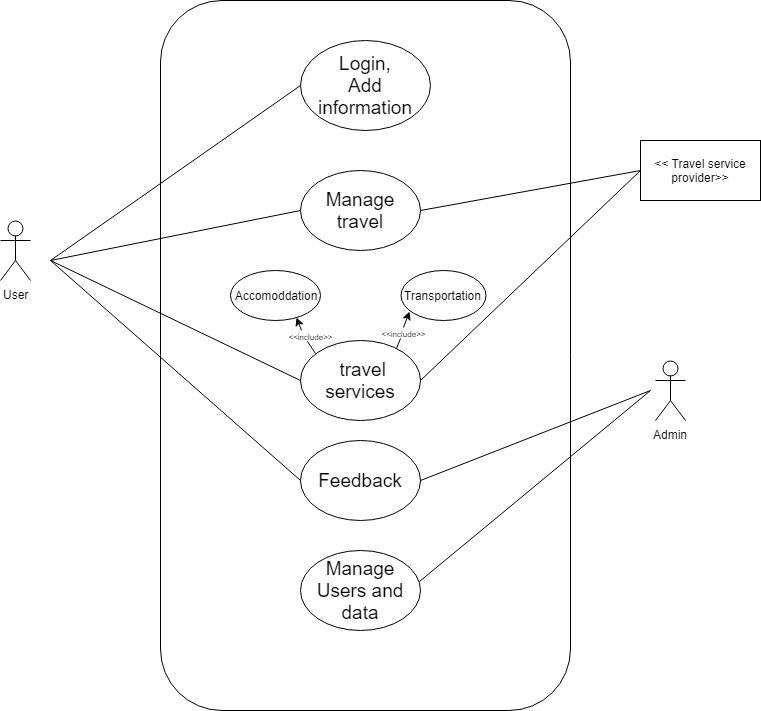
Earlier version of the draw.io export UseCase.png (group-c/sw-project). Source tidied: cells renumbered, new cells last; positions are measured from the earlier drawing's top-left corner, leaving out a move shared by most shapes. Source of this version:
```xml
<mxGraphModel>
  <root>
    <mxCell id="0" />
    <mxCell id="1" parent="0" />
    <mxCell id="2" value="User&lt;br&gt;&lt;br&gt;" style="shape=umlActor;verticalLabelPosition=bottom;labelBackgroundColor=#ffffff;verticalAlign=top;html=1;" parent="1" vertex="1">
      <mxGeometry y="220" width="30" height="60" as="geometry" />
    </mxCell>
    <mxCell id="3" style="rounded=1;whiteSpace=wrap;html=1;" parent="1" vertex="1">
      <mxGeometry x="160" width="410" height="710" as="geometry" />
    </mxCell>
    <mxCell id="4" value="&lt;font style=&quot;font-size: 19px&quot;&gt;Login,&lt;br&gt;Add information&lt;br&gt;&lt;/font&gt;" style="ellipse;whiteSpace=wrap;html=1;" parent="1" vertex="1">
      <mxGeometry x="300" y="40" width="130" height="90" as="geometry" />
    </mxCell>
    <mxCell id="5" value="&lt;p&gt;&lt;font style=&quot;font-size: 19px&quot;&gt;Manage travel&lt;/font&gt;&lt;/p&gt;" style="ellipse;whiteSpace=wrap;html=1;" parent="1" vertex="1">
      <mxGeometry x="300" y="170" width="120" height="80" as="geometry" />
    </mxCell>
    <mxCell id="6" value="&lt;font style=&quot;font-size: 19px&quot;&gt;&amp;nbsp;travel services&lt;/font&gt;&lt;br&gt;" style="ellipse;whiteSpace=wrap;html=1;" parent="1" vertex="1">
      <mxGeometry x="300" y="340" width="120" height="80" as="geometry" />
    </mxCell>
    <mxCell id="7" style="endArrow=none;html=1;entryX=0;entryY=0.5;entryDx=0;entryDy=0;" parent="1" edge="1" target="4">
      <mxGeometry relative="1" as="geometry">
        <mxPoint x="50" y="260" as="sourcePoint" />
      </mxGeometry>
    </mxCell>
    <mxCell id="8" style="endArrow=none;html=1;exitX=0;exitY=0.5;exitDx=0;exitDy=0;" parent="1" edge="1" source="5">
      <mxGeometry relative="1" as="geometry">
        <mxPoint x="50" y="260" as="targetPoint" />
      </mxGeometry>
    </mxCell>
    <mxCell id="9" style="endArrow=none;html=1;exitX=0;exitY=0.5;exitDx=0;exitDy=0;" parent="1" edge="1" source="6">
      <mxGeometry relative="1" as="geometry">
        <mxPoint x="50" y="260" as="targetPoint" />
      </mxGeometry>
    </mxCell>
    <mxCell id="10" value="Admin&lt;br&gt;&lt;br&gt;" style="shape=umlActor;verticalLabelPosition=bottom;labelBackgroundColor=#ffffff;verticalAlign=top;html=1;" parent="1" vertex="1">
      <mxGeometry x="655" y="360" width="30" height="60" as="geometry" />
    </mxCell>
    <mxCell id="11" value="&lt;font style=&quot;font-size: 19px&quot;&gt;Feedback&lt;/font&gt;" style="ellipse;whiteSpace=wrap;html=1;" parent="1" vertex="1">
      <mxGeometry x="300" y="440" width="120" height="80" as="geometry" />
    </mxCell>
    <mxCell id="12" value="&amp;lt;&amp;lt; Travel service provider&amp;gt;&amp;gt;" style="rounded=0;whiteSpace=wrap;html=1;" parent="1" vertex="1">
      <mxGeometry x="640" y="140" width="120" height="60" as="geometry" />
    </mxCell>
    <mxCell id="13" style="endArrow=none;html=1;entryX=0;entryY=0.5;entryDx=0;entryDy=0;exitX=1;exitY=0.5;exitDx=0;exitDy=0;" parent="1" edge="1" source="5" target="12">
      <mxGeometry relative="1" as="geometry" />
    </mxCell>
    <mxCell id="14" value="Accomoddation" style="ellipse;whiteSpace=wrap;html=1;" parent="1" vertex="1">
      <mxGeometry x="230" y="270" width="90" height="50" as="geometry" />
    </mxCell>
    <mxCell id="15" value="Transportation" style="ellipse;whiteSpace=wrap;html=1;" parent="1" vertex="1">
      <mxGeometry x="400" y="270" width="85" height="50" as="geometry" />
    </mxCell>
    <mxCell id="16" style="endArrow=none;html=1;entryX=0;entryY=0.5;entryDx=0;entryDy=0;exitX=1;exitY=0.5;exitDx=0;exitDy=0;" parent="1" edge="1" source="6" target="12">
      <mxGeometry relative="1" as="geometry" />
    </mxCell>
    <mxCell id="17" style="endArrow=none;html=1;exitX=0;exitY=0.5;exitDx=0;exitDy=0;" parent="1" edge="1" source="11">
      <mxGeometry relative="1" as="geometry">
        <mxPoint x="50" y="260" as="targetPoint" />
      </mxGeometry>
    </mxCell>
    <mxCell id="18" style="endArrow=none;html=1;exitX=1;exitY=0.5;exitDx=0;exitDy=0;" parent="1" edge="1" source="11">
      <mxGeometry relative="1" as="geometry">
        <mxPoint x="650" y="390" as="targetPoint" />
      </mxGeometry>
    </mxCell>
    <mxCell id="19" value="&lt;font style=&quot;font-size: 8px&quot;&gt;&amp;lt;&amp;lt;include&amp;gt;&amp;gt;&lt;/font&gt;" style="text;html=1;strokeColor=none;fillColor=none;align=center;verticalAlign=middle;whiteSpace=wrap;rounded=0;" parent="1" vertex="1">
      <mxGeometry x="290" y="330" width="40" height="10" as="geometry" />
    </mxCell>
    <mxCell id="20" style="endArrow=none;html=1;entryX=0.431;entryY=1.118;entryDx=0;entryDy=0;entryPerimeter=0;exitX=0.122;exitY=0.161;exitDx=0;exitDy=0;exitPerimeter=0;" parent="1" edge="1" source="6" target="19">
      <mxGeometry relative="1" as="geometry" />
    </mxCell>
    <mxCell id="21" style="endArrow=classic;html=1;entryX=0.729;entryY=0.941;entryDx=0;entryDy=0;entryPerimeter=0;exitX=0.276;exitY=-0.046;exitDx=0;exitDy=0;exitPerimeter=0;" parent="1" edge="1" source="19" target="14">
      <mxGeometry relative="1" as="geometry" />
    </mxCell>
    <mxCell id="22" value="&lt;font style=&quot;font-size: 8px&quot;&gt;&amp;lt;&amp;lt;include&amp;gt;&amp;gt;&lt;/font&gt;" style="text;html=1;strokeColor=none;fillColor=none;align=center;verticalAlign=middle;whiteSpace=wrap;rounded=0;" parent="1" vertex="1">
      <mxGeometry x="383" y="326.5" width="40" height="10" as="geometry" />
    </mxCell>
    <mxCell id="23" style="endArrow=none;html=1;exitX=0.8;exitY=0.1;exitDx=0;exitDy=0;exitPerimeter=0;entryX=0.431;entryY=1.118;entryDx=0;entryDy=0;entryPerimeter=0;" parent="1" edge="1" source="6" target="22">
      <mxGeometry relative="1" as="geometry" />
    </mxCell>
    <mxCell id="24" style="endArrow=classic;html=1;entryX=0.106;entryY=0.827;entryDx=0;entryDy=0;entryPerimeter=0;" parent="1" edge="1" target="15">
      <mxGeometry relative="1" as="geometry">
        <mxPoint x="403" y="327" as="sourcePoint" />
      </mxGeometry>
    </mxCell>
    <mxCell id="25" value="&lt;font style=&quot;font-size: 19px&quot;&gt;Manage Users and data&lt;br&gt;&lt;/font&gt;" style="ellipse;whiteSpace=wrap;html=1;" parent="1" vertex="1">
      <mxGeometry x="300" y="550" width="120" height="80" as="geometry" />
    </mxCell>
    <mxCell id="26" style="endArrow=none;html=1;exitX=0.988;exitY=0.384;exitDx=0;exitDy=0;exitPerimeter=0;" parent="1" edge="1" source="25">
      <mxGeometry relative="1" as="geometry">
        <mxPoint x="650" y="390" as="targetPoint" />
      </mxGeometry>
    </mxCell>
  </root>
</mxGraphModel>
```
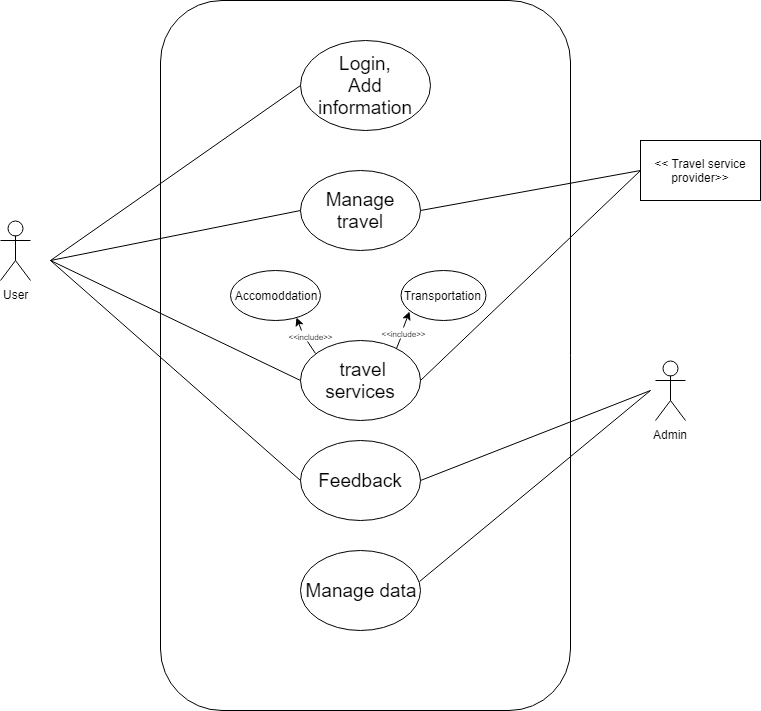
The same file after the commit.

Commit message:
Deleted old usecases and added new ones. Reyhaneh

Change to the diagram source:
```diff
@@ -83,7 +83,7 @@
         <mxPoint x="403" y="327" as="sourcePoint" />
       </mxGeometry>
     </mxCell>
-    <mxCell id="25" value="&lt;font style=&quot;font-size: 19px&quot;&gt;Manage Users and data&lt;br&gt;&lt;/font&gt;" style="ellipse;whiteSpace=wrap;html=1;" parent="1" vertex="1">
+    <mxCell id="25" value="&lt;font style=&quot;font-size: 19px&quot;&gt;Manage data&lt;br&gt;&lt;/font&gt;" style="ellipse;whiteSpace=wrap;html=1;" parent="1" vertex="1">
       <mxGeometry x="300" y="550" width="120" height="80" as="geometry" />
     </mxCell>
     <mxCell id="26" style="endArrow=none;html=1;exitX=0.988;exitY=0.384;exitDx=0;exitDy=0;exitPerimeter=0;" parent="1" edge="1" source="25">
```
